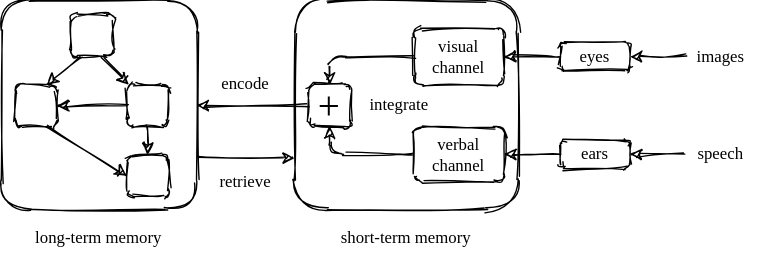
Above: src/thinking/cognitive-architecture.svg in gvwilson/buildtogether.tech (draw.io), before the change. Source tidied: cells renumbered, new cells last; positions are measured from the earlier drawing's top-left corner, leaving out a move shared by most shapes.
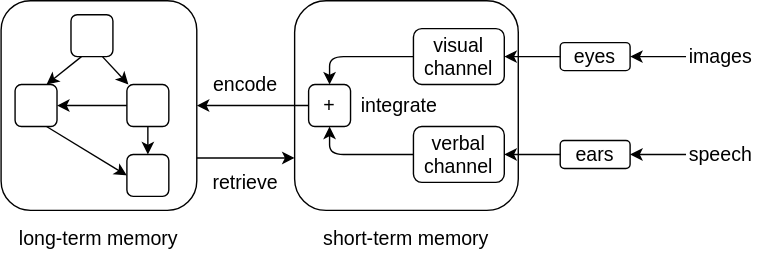
The same file after the commit.

Diff of the diagram source:
```diff
@@ -2,105 +2,105 @@
   <root>
     <mxCell id="0" />
     <mxCell id="1" parent="0" />
-    <mxCell id="2" style="rounded=1;whiteSpace=wrap;html=1;sketch=1;fillColor=none;fontFamily=Comic Sans MS;" parent="1" vertex="1">
+    <mxCell id="2" style="rounded=1;whiteSpace=wrap;html=1;fillColor=none;fontFamily=Helvetica;fontSize=14;" parent="1" vertex="1">
       <mxGeometry x="210" width="160" height="150" as="geometry" />
     </mxCell>
-    <mxCell id="3" style="rounded=1;whiteSpace=wrap;html=1;sketch=1;fillColor=none;fontFamily=Comic Sans MS;" parent="1" vertex="1">
+    <mxCell id="3" style="rounded=1;whiteSpace=wrap;html=1;fillColor=none;fontFamily=Helvetica;fontSize=14;" parent="1" vertex="1">
       <mxGeometry width="140" height="150" as="geometry" />
     </mxCell>
-    <mxCell id="4" style="rounded=1;whiteSpace=wrap;html=1;sketch=1;fillColor=none;fontFamily=Comic Sans MS;" parent="1" vertex="1">
+    <mxCell id="4" style="rounded=1;whiteSpace=wrap;html=1;fillColor=none;fontFamily=Helvetica;fontSize=14;" parent="1" vertex="1">
       <mxGeometry x="50" y="10" width="30" height="30" as="geometry" />
     </mxCell>
-    <mxCell id="5" style="rounded=1;whiteSpace=wrap;html=1;sketch=1;fillColor=none;fontFamily=Comic Sans MS;" parent="1" vertex="1">
+    <mxCell id="5" style="rounded=1;whiteSpace=wrap;html=1;fillColor=none;fontFamily=Helvetica;fontSize=14;" parent="1" vertex="1">
       <mxGeometry x="10" y="60" width="30" height="30" as="geometry" />
     </mxCell>
-    <mxCell id="6" style="rounded=1;whiteSpace=wrap;html=1;sketch=1;fillColor=none;fontFamily=Comic Sans MS;" parent="1" vertex="1">
+    <mxCell id="6" style="rounded=1;whiteSpace=wrap;html=1;fillColor=none;fontFamily=Helvetica;fontSize=14;" parent="1" vertex="1">
       <mxGeometry x="90" y="60" width="30" height="30" as="geometry" />
     </mxCell>
-    <mxCell id="7" style="rounded=1;whiteSpace=wrap;html=1;sketch=1;fillColor=none;fontFamily=Comic Sans MS;" parent="1" vertex="1">
+    <mxCell id="7" style="rounded=1;whiteSpace=wrap;html=1;fillColor=none;fontFamily=Helvetica;fontSize=14;" parent="1" vertex="1">
       <mxGeometry x="90" y="110" width="30" height="30" as="geometry" />
     </mxCell>
-    <mxCell id="8" style="endArrow=classic;html=1;fontFamily=Comic Sans MS;sketch=1;exitX=0.75;exitY=1;exitDx=0;exitDy=0;" parent="1" edge="1" source="4" target="6">
+    <mxCell id="8" style="endArrow=classic;html=1;fontFamily=Helvetica;exitX=0.75;exitY=1;exitDx=0;exitDy=0;fontSize=14;" parent="1" edge="1" source="4" target="6">
       <mxGeometry relative="1" as="geometry" />
     </mxCell>
-    <mxCell id="9" style="endArrow=classic;html=1;fontFamily=Comic Sans MS;sketch=1;exitX=0.25;exitY=1;exitDx=0;exitDy=0;entryX=0.75;entryY=0;entryDx=0;entryDy=0;" parent="1" edge="1" source="4" target="5">
+    <mxCell id="9" style="endArrow=classic;html=1;fontFamily=Helvetica;exitX=0.25;exitY=1;exitDx=0;exitDy=0;entryX=0.75;entryY=0;entryDx=0;entryDy=0;fontSize=14;" parent="1" edge="1" source="4" target="5">
       <mxGeometry relative="1" as="geometry" />
     </mxCell>
-    <mxCell id="10" style="endArrow=classic;html=1;fontFamily=Comic Sans MS;sketch=1;exitX=0.75;exitY=1;exitDx=0;exitDy=0;entryX=0;entryY=0.5;entryDx=0;entryDy=0;" parent="1" edge="1" source="5" target="7">
+    <mxCell id="10" style="endArrow=classic;html=1;fontFamily=Helvetica;exitX=0.75;exitY=1;exitDx=0;exitDy=0;entryX=0;entryY=0.5;entryDx=0;entryDy=0;fontSize=14;" parent="1" edge="1" source="5" target="7">
       <mxGeometry relative="1" as="geometry" />
     </mxCell>
-    <mxCell id="11" style="endArrow=classic;html=1;fontFamily=Comic Sans MS;sketch=1;exitX=0.5;exitY=1;exitDx=0;exitDy=0;entryX=0.5;entryY=0;entryDx=0;entryDy=0;" parent="1" edge="1" source="6" target="7">
+    <mxCell id="11" style="endArrow=classic;html=1;fontFamily=Helvetica;exitX=0.5;exitY=1;exitDx=0;exitDy=0;entryX=0.5;entryY=0;entryDx=0;entryDy=0;fontSize=14;" parent="1" edge="1" source="6" target="7">
       <mxGeometry relative="1" as="geometry" />
     </mxCell>
-    <mxCell id="12" style="endArrow=classic;html=1;fontFamily=Comic Sans MS;sketch=1;exitX=0;exitY=0.5;exitDx=0;exitDy=0;entryX=1;entryY=0.5;entryDx=0;entryDy=0;" parent="1" edge="1" source="6" target="5">
+    <mxCell id="12" style="endArrow=classic;html=1;fontFamily=Helvetica;exitX=0;exitY=0.5;exitDx=0;exitDy=0;entryX=1;entryY=0.5;entryDx=0;entryDy=0;fontSize=14;" parent="1" edge="1" source="6" target="5">
       <mxGeometry relative="1" as="geometry" />
     </mxCell>
-    <mxCell id="13" value="&lt;font style=&quot;font-size: 28px&quot;&gt;+&lt;/font&gt;" style="rounded=1;whiteSpace=wrap;html=1;sketch=1;fillColor=none;fontFamily=Comic Sans MS;" parent="1" vertex="1">
+    <mxCell id="13" value="&lt;font style=&quot;font-size: 14px;&quot;&gt;+&lt;/font&gt;" style="rounded=1;whiteSpace=wrap;html=1;fillColor=none;fontFamily=Helvetica;fontSize=14;" parent="1" vertex="1">
       <mxGeometry x="220" y="60" width="30" height="30" as="geometry" />
     </mxCell>
-    <mxCell id="14" value="visual channel" style="rounded=1;whiteSpace=wrap;html=1;sketch=1;fillColor=none;fontFamily=Comic Sans MS;" parent="1" vertex="1">
+    <mxCell id="14" value="visual channel" style="rounded=1;whiteSpace=wrap;html=1;fillColor=none;fontFamily=Helvetica;fontSize=14;" parent="1" vertex="1">
       <mxGeometry x="295" y="20" width="65" height="40" as="geometry" />
     </mxCell>
-    <mxCell id="15" value="verbal channel" style="rounded=1;whiteSpace=wrap;html=1;sketch=1;fillColor=none;fontFamily=Comic Sans MS;" parent="1" vertex="1">
+    <mxCell id="15" value="verbal channel" style="rounded=1;whiteSpace=wrap;html=1;fillColor=none;fontFamily=Helvetica;fontSize=14;" parent="1" vertex="1">
       <mxGeometry x="295" y="90" width="65" height="40" as="geometry" />
     </mxCell>
-    <mxCell id="16" value="eyes" style="rounded=1;whiteSpace=wrap;html=1;sketch=1;fillColor=none;fontFamily=Comic Sans MS;" parent="1" vertex="1">
+    <mxCell id="16" value="eyes" style="rounded=1;whiteSpace=wrap;html=1;fillColor=none;fontFamily=Helvetica;fontSize=14;" parent="1" vertex="1">
       <mxGeometry x="400" y="30" width="50" height="20" as="geometry" />
     </mxCell>
-    <mxCell id="17" value="ears" style="rounded=1;whiteSpace=wrap;html=1;sketch=1;fillColor=none;fontFamily=Comic Sans MS;" parent="1" vertex="1">
+    <mxCell id="17" value="ears" style="rounded=1;whiteSpace=wrap;html=1;fillColor=none;fontFamily=Helvetica;fontSize=14;" parent="1" vertex="1">
       <mxGeometry x="400" y="100" width="50" height="20" as="geometry" />
     </mxCell>
-    <mxCell id="18" value="images" style="text;html=1;strokeColor=none;fillColor=none;align=center;verticalAlign=middle;whiteSpace=wrap;rounded=0;sketch=1;fontFamily=Comic Sans MS;" parent="1" vertex="1">
+    <mxCell id="18" value="images" style="text;html=1;strokeColor=none;fillColor=none;align=center;verticalAlign=middle;whiteSpace=wrap;rounded=0;fontFamily=Helvetica;fontSize=14;" parent="1" vertex="1">
       <mxGeometry x="490" y="30" width="50" height="20" as="geometry" />
     </mxCell>
-    <mxCell id="19" value="speech" style="text;html=1;strokeColor=none;fillColor=none;align=center;verticalAlign=middle;whiteSpace=wrap;rounded=0;sketch=1;fontFamily=Comic Sans MS;" parent="1" vertex="1">
+    <mxCell id="19" value="speech" style="text;html=1;strokeColor=none;fillColor=none;align=center;verticalAlign=middle;whiteSpace=wrap;rounded=0;fontFamily=Helvetica;fontSize=14;" parent="1" vertex="1">
       <mxGeometry x="490" y="100" width="50" height="20" as="geometry" />
     </mxCell>
-    <mxCell id="20" style="endArrow=classic;html=1;fontFamily=Comic Sans MS;sketch=1;entryX=1;entryY=0.5;entryDx=0;entryDy=0;exitX=0;exitY=0.5;exitDx=0;exitDy=0;" parent="1" edge="1" source="16" target="14">
+    <mxCell id="20" style="endArrow=classic;html=1;fontFamily=Helvetica;entryX=1;entryY=0.5;entryDx=0;entryDy=0;exitX=0;exitY=0.5;exitDx=0;exitDy=0;fontSize=14;" parent="1" edge="1" source="16" target="14">
       <mxGeometry relative="1" as="geometry" />
     </mxCell>
-    <mxCell id="21" style="endArrow=classic;html=1;fontFamily=Comic Sans MS;sketch=1;entryX=1;entryY=0.5;entryDx=0;entryDy=0;exitX=0;exitY=0.5;exitDx=0;exitDy=0;" parent="1" edge="1" source="17" target="15">
+    <mxCell id="21" style="endArrow=classic;html=1;fontFamily=Helvetica;entryX=1;entryY=0.5;entryDx=0;entryDy=0;exitX=0;exitY=0.5;exitDx=0;exitDy=0;fontSize=14;" parent="1" edge="1" source="17" target="15">
       <mxGeometry relative="1" as="geometry" />
     </mxCell>
-    <mxCell id="22" style="endArrow=classic;html=1;fontFamily=Comic Sans MS;sketch=1;entryX=1;entryY=0.5;entryDx=0;entryDy=0;exitX=0;exitY=0.5;exitDx=0;exitDy=0;" parent="1" edge="1" source="19" target="17">
+    <mxCell id="22" style="endArrow=classic;html=1;fontFamily=Helvetica;entryX=1;entryY=0.5;entryDx=0;entryDy=0;exitX=0;exitY=0.5;exitDx=0;exitDy=0;fontSize=14;" parent="1" edge="1" source="19" target="17">
       <mxGeometry relative="1" as="geometry" />
     </mxCell>
-    <mxCell id="23" style="endArrow=classic;html=1;fontFamily=Comic Sans MS;sketch=1;entryX=1;entryY=0.5;entryDx=0;entryDy=0;exitX=0;exitY=0.5;exitDx=0;exitDy=0;" parent="1" edge="1" source="18" target="16">
+    <mxCell id="23" style="endArrow=classic;html=1;fontFamily=Helvetica;entryX=1;entryY=0.5;entryDx=0;entryDy=0;exitX=0;exitY=0.5;exitDx=0;exitDy=0;fontSize=14;" parent="1" edge="1" source="18" target="16">
       <mxGeometry relative="1" as="geometry" />
     </mxCell>
-    <mxCell id="24" style="endArrow=classic;html=1;fontFamily=Comic Sans MS;sketch=1;exitX=0;exitY=0.5;exitDx=0;exitDy=0;entryX=0.5;entryY=0;entryDx=0;entryDy=0;" parent="1" edge="1" source="14" target="13">
+    <mxCell id="24" style="endArrow=classic;html=1;fontFamily=Helvetica;exitX=0;exitY=0.5;exitDx=0;exitDy=0;entryX=0.5;entryY=0;entryDx=0;entryDy=0;fontSize=14;" parent="1" edge="1" source="14" target="13">
       <mxGeometry relative="1" as="geometry">
         <Array as="points">
           <mxPoint x="235" y="40" />
         </Array>
       </mxGeometry>
     </mxCell>
-    <mxCell id="25" style="endArrow=classic;html=1;fontFamily=Comic Sans MS;sketch=1;exitX=0;exitY=0.5;exitDx=0;exitDy=0;entryX=0.5;entryY=1;entryDx=0;entryDy=0;" parent="1" edge="1" source="15" target="13">
+    <mxCell id="25" style="endArrow=classic;html=1;fontFamily=Helvetica;exitX=0;exitY=0.5;exitDx=0;exitDy=0;entryX=0.5;entryY=1;entryDx=0;entryDy=0;fontSize=14;" parent="1" edge="1" source="15" target="13">
       <mxGeometry relative="1" as="geometry">
         <Array as="points">
           <mxPoint x="235" y="110" />
         </Array>
       </mxGeometry>
     </mxCell>
-    <mxCell id="26" style="endArrow=classic;html=1;fontFamily=Comic Sans MS;sketch=1;exitX=1;exitY=0.75;exitDx=0;exitDy=0;entryX=0;entryY=0.75;entryDx=0;entryDy=0;" parent="1" edge="1" source="3" target="2">
+    <mxCell id="26" style="endArrow=classic;html=1;fontFamily=Helvetica;exitX=1;exitY=0.75;exitDx=0;exitDy=0;entryX=0;entryY=0.75;entryDx=0;entryDy=0;fontSize=14;" parent="1" edge="1" source="3" target="2">
       <mxGeometry relative="1" as="geometry" />
     </mxCell>
-    <mxCell id="27" style="endArrow=classic;html=1;fontFamily=Comic Sans MS;sketch=1;exitX=0;exitY=0.5;exitDx=0;exitDy=0;entryX=1;entryY=0.5;entryDx=0;entryDy=0;" parent="1" edge="1" source="13" target="3">
+    <mxCell id="27" style="endArrow=classic;html=1;fontFamily=Helvetica;exitX=0;exitY=0.5;exitDx=0;exitDy=0;entryX=1;entryY=0.5;entryDx=0;entryDy=0;fontSize=14;" parent="1" edge="1" source="13" target="3">
       <mxGeometry relative="1" as="geometry" />
     </mxCell>
-    <mxCell id="28" value="long-term memory" style="text;html=1;strokeColor=none;fillColor=none;align=center;verticalAlign=middle;whiteSpace=wrap;rounded=0;sketch=1;fontFamily=Comic Sans MS;" parent="1" vertex="1">
+    <mxCell id="28" value="long-term memory" style="text;html=1;strokeColor=none;fillColor=none;align=center;verticalAlign=middle;whiteSpace=wrap;rounded=0;fontFamily=Helvetica;fontSize=14;" parent="1" vertex="1">
       <mxGeometry y="160" width="140" height="20" as="geometry" />
     </mxCell>
-    <mxCell id="29" value="short-term memory" style="text;html=1;strokeColor=none;fillColor=none;align=center;verticalAlign=middle;whiteSpace=wrap;rounded=0;sketch=1;fontFamily=Comic Sans MS;" parent="1" vertex="1">
+    <mxCell id="29" value="short-term memory" style="text;html=1;strokeColor=none;fillColor=none;align=center;verticalAlign=middle;whiteSpace=wrap;rounded=0;fontFamily=Helvetica;fontSize=14;" parent="1" vertex="1">
       <mxGeometry x="210" y="160" width="160" height="20" as="geometry" />
     </mxCell>
-    <mxCell id="30" value="integrate" style="text;html=1;strokeColor=none;fillColor=none;align=center;verticalAlign=middle;whiteSpace=wrap;rounded=0;sketch=1;fontFamily=Comic Sans MS;" parent="1" vertex="1">
+    <mxCell id="30" value="integrate" style="text;html=1;strokeColor=none;fillColor=none;align=center;verticalAlign=middle;whiteSpace=wrap;rounded=0;fontFamily=Helvetica;fontSize=14;" parent="1" vertex="1">
       <mxGeometry x="250" y="65" width="70" height="20" as="geometry" />
     </mxCell>
-    <mxCell id="31" value="encode" style="text;html=1;strokeColor=none;fillColor=none;align=center;verticalAlign=middle;whiteSpace=wrap;rounded=0;sketch=1;fontFamily=Comic Sans MS;" parent="1" vertex="1">
+    <mxCell id="31" value="encode" style="text;html=1;strokeColor=none;fillColor=none;align=center;verticalAlign=middle;whiteSpace=wrap;rounded=0;fontFamily=Helvetica;fontSize=14;" parent="1" vertex="1">
       <mxGeometry x="140" y="50" width="70" height="20" as="geometry" />
     </mxCell>
-    <mxCell id="32" value="retrieve" style="text;html=1;strokeColor=none;fillColor=none;align=center;verticalAlign=middle;whiteSpace=wrap;rounded=0;sketch=1;fontFamily=Comic Sans MS;" parent="1" vertex="1">
+    <mxCell id="32" value="retrieve" style="text;html=1;strokeColor=none;fillColor=none;align=center;verticalAlign=middle;whiteSpace=wrap;rounded=0;fontFamily=Helvetica;fontSize=14;" parent="1" vertex="1">
       <mxGeometry x="140" y="120" width="70" height="20" as="geometry" />
     </mxCell>
   </root>
```
